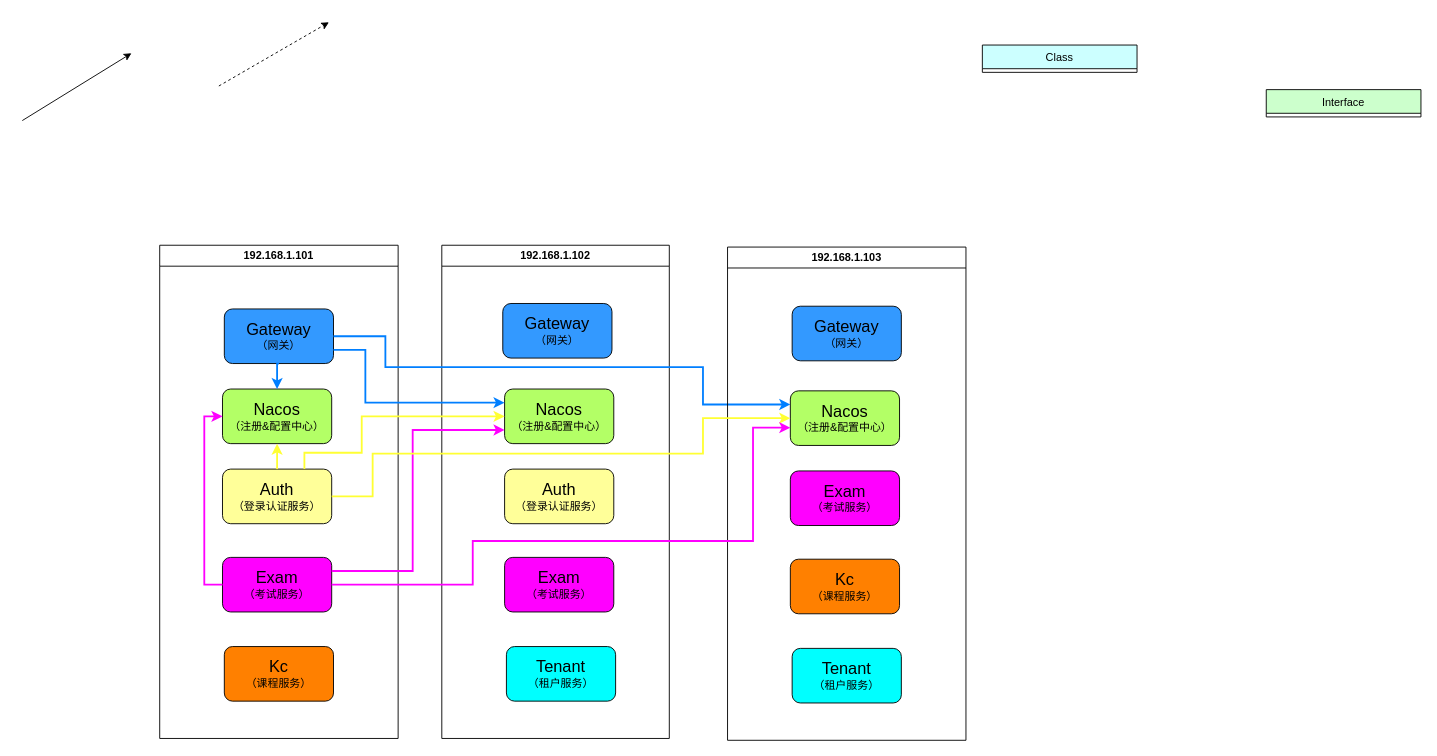
Above: ence/spring-cloud.drawio in MuggleStar/draw_io (draw.io), before the change. Source tidied: cells renumbered, new cells numbered last; positions are measured from the earlier drawing's top-left corner, leaving out a move shared by most shapes. Both pictures are drawn from the tidied source at 91%, with x=0, y=0 at pixel (22, 22).
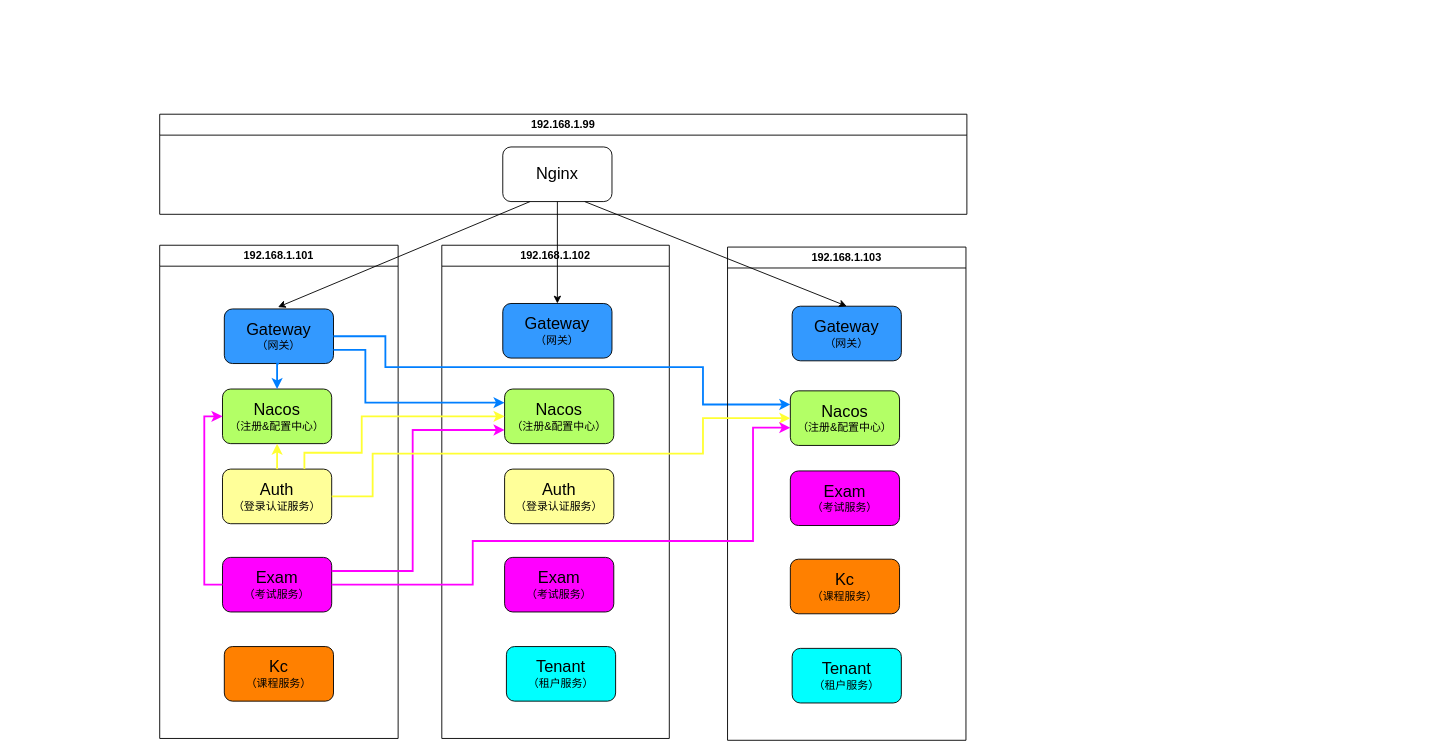
The same page after the edit.

The change refers to these unchanged cells:
```xml
<mxCell id="14" value="&lt;font style=&quot;font-size: 18px;&quot;&gt;Gateway&lt;/font&gt;&lt;br&gt;（网关）" style="rounded=1;whiteSpace=wrap;html=1;fillColor=#3399FF;" parent="10" vertex="1">
  <mxGeometry x="67" y="64" width="120" height="60" as="geometry" />
</mxCell>
<mxCell id="26" value="&lt;font style=&quot;font-size: 18px;&quot;&gt;Gateway&lt;/font&gt;&lt;br&gt;（网关）" style="rounded=1;whiteSpace=wrap;html=1;fillColor=#3399FF;" parent="22" vertex="1">
  <mxGeometry x="71" y="65" width="120" height="60" as="geometry" />
</mxCell>
```

Change to the diagram source:
```diff
@@
-    <mxCell id="2" value="Class" style="swimlane;fontStyle=0;horizontal=1;startSize=26;fillColor=#CCFFFF;direction=east;strokeColor=default;swimlaneLine=1;glass=0;rounded=0;shadow=0;" parent="1" vertex="1" collapsed="1">
-      <mxGeometry x="1055" y="25" width="170" height="30" as="geometry" />
-    </mxCell>
-    <mxCell id="3" style="endArrow=classic;html=1;rounded=0;dashed=1;" parent="1" edge="1">
-      <mxGeometry relative="1" as="geometry">
-        <mxPoint x="216" y="70" as="sourcePoint" />
-        <mxPoint x="337" as="targetPoint" />
-      </mxGeometry>
-    </mxCell>
-    <mxCell id="4" style="endArrow=classic;html=1;rounded=0;" parent="1" edge="1">
-      <mxGeometry relative="1" as="geometry">
-        <mxPoint y="108" as="sourcePoint" />
-        <mxPoint x="120" y="34" as="targetPoint" />
-      </mxGeometry>
-    </mxCell>
-    <mxCell id="5" value="Interface" style="swimlane;fontStyle=0;horizontal=1;startSize=26;fillColor=#CCFFCC;direction=east;strokeColor=default;swimlaneLine=1;glass=0;rounded=0;shadow=0;" parent="1" vertex="1" collapsed="1">
-      <mxGeometry x="1367" y="74" width="170" height="30" as="geometry" />
-    </mxCell>
@@
+    <mxCell id="33" value="192.168.1.99" style="swimlane;whiteSpace=wrap;html=1;" parent="1" vertex="1">
+      <mxGeometry x="151" y="101" width="887" height="110" as="geometry" />
+    </mxCell>
+    <mxCell id="34" value="&lt;font style=&quot;font-size: 18px;&quot;&gt;Nginx&lt;/font&gt;" style="rounded=1;whiteSpace=wrap;html=1;fillColor=#FFFFFF;" parent="33" vertex="1">
+      <mxGeometry x="377" y="36" width="120" height="60" as="geometry" />
+    </mxCell>
+    <mxCell id="35" style="endArrow=classic;html=1;rounded=0;exitX=0.5;exitY=1;exitDx=0;exitDy=0;entryX=0.5;entryY=0;entryDx=0;entryDy=0;" parent="1" edge="1" source="34" target="14">
+      <mxGeometry relative="1" as="geometry" />
+    </mxCell>
+    <mxCell id="36" style="endArrow=classic;html=1;rounded=0;exitX=0.75;exitY=1;exitDx=0;exitDy=0;entryX=0.5;entryY=0;entryDx=0;entryDy=0;" parent="1" edge="1" source="34" target="26">
+      <mxGeometry relative="1" as="geometry" />
+    </mxCell>
+    <mxCell id="37" style="endArrow=classic;html=1;rounded=0;exitX=0.25;exitY=1;exitDx=0;exitDy=0;" parent="1" edge="1" source="34">
+      <mxGeometry relative="1" as="geometry">
+        <mxPoint x="281" y="313" as="targetPoint" />
+      </mxGeometry>
+    </mxCell>
```
